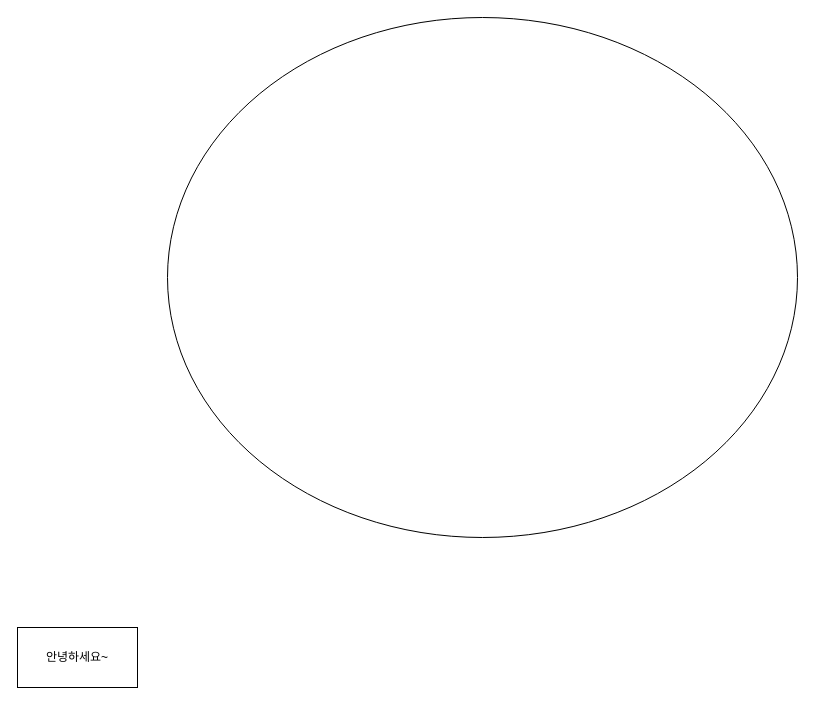
GIGIJU/kh9Final-05 keeps this draw.io diagram as FinalPJ.drawio. Above is the earlier version. Source tidied: cells renumbered, new cells numbered last; positions are measured from the earlier drawing's top-left corner, leaving out a move shared by most shapes. Both pictures are drawn from the tidied source at 100%, with x=0, y=0 at pixel (17, 17).
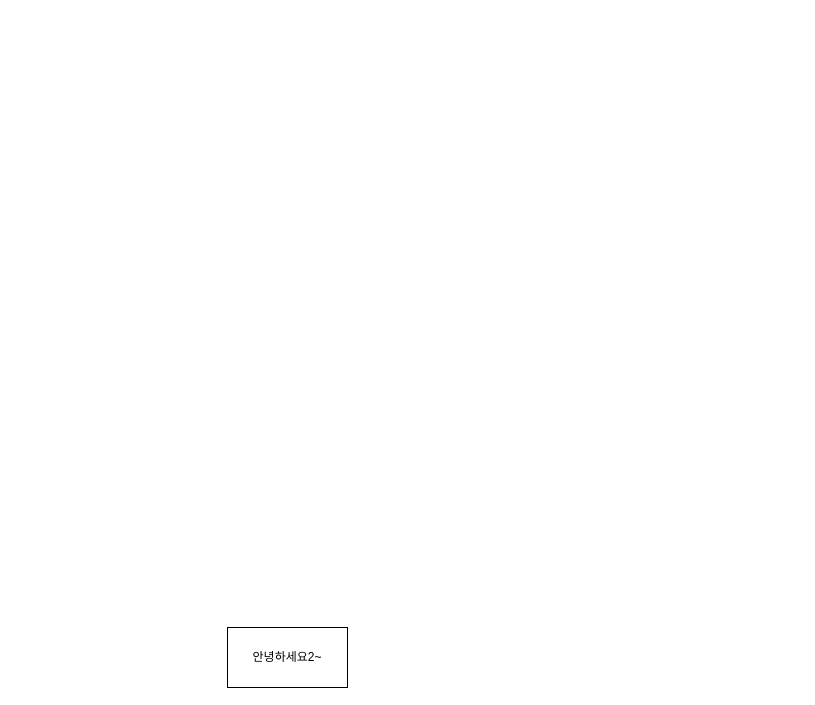
Above is the later version.

What changed in the source:
```diff
@@
 <mxGraphModel>
   <root>
     <mxCell id="0" />
     <mxCell id="1" parent="0" />
-    <mxCell id="2" style="ellipse;whiteSpace=wrap;html=1;" parent="1" vertex="1">
-      <mxGeometry x="150" width="630" height="520" as="geometry" />
-    </mxCell>
-    <mxCell id="3" value="안녕하세요~" style="rounded=0;whiteSpace=wrap;html=1;" parent="1" vertex="1">
-      <mxGeometry y="610" width="120" height="60" as="geometry" />
-    </mxCell>
+    <mxCell id="4" value="안녕하세요2~" style="rounded=0;whiteSpace=wrap;html=1;" parent="1" vertex="1">
+      <mxGeometry x="210" y="610" width="120" height="60" as="geometry" />
+    </mxCell>
   </root>
 </mxGraphModel>
```
